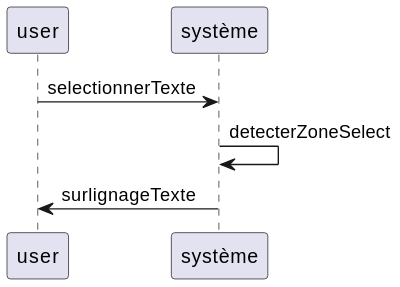
kiurow590/ESIR2_OMD_Project_Editor keeps this PlantUML diagram as UMLDiag/v1/SequenceSelectionner.svg. Above is the earlier version. Its diagram source:
```plantuml
@startuml
user -> système: selectionnerTexte
système -> système: detecterZoneSelect
système -> user: surlignageTexte
@enduml
```
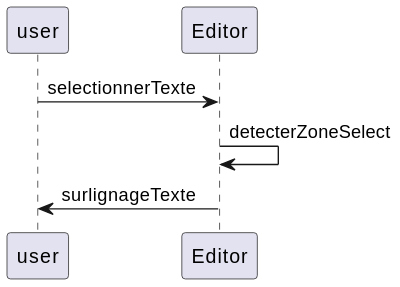
After the commit.

Diff of the diagram source:
```diff
@@ -1,5 +1,5 @@
 @startuml
-user -> système: selectionnerTexte
-système -> système: detecterZoneSelect
-système -> user: surlignageTexte
+user -> Editor: selectionnerTexte
+Editor -> Editor: detecterZoneSelect
+Editor -> user: surlignageTexte
 @enduml
```
